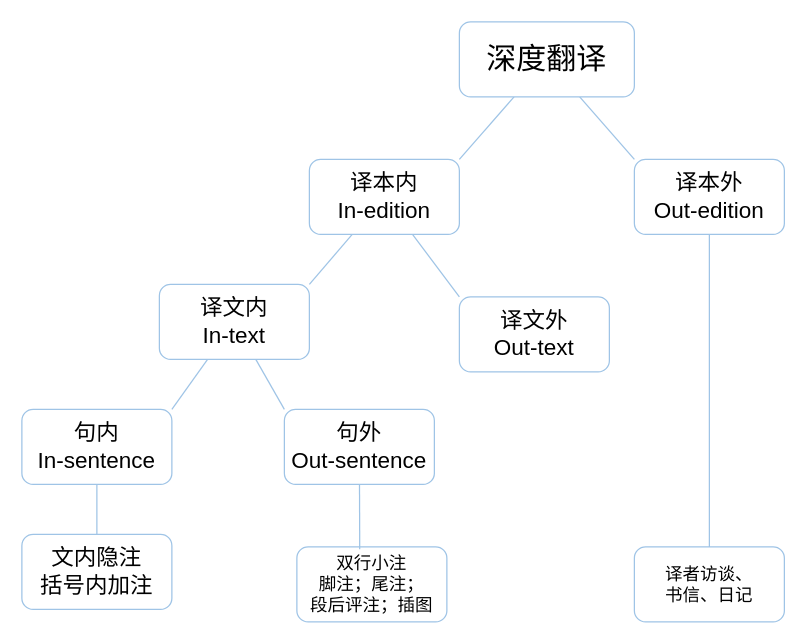
Ajiandcircle/test keeps this draw.io diagram as guangzi.drawio. Above is the earlier version. Source tidied: cells renumbered, new cells numbered last; positions are measured from the earlier drawing's top-left corner, leaving out a move shared by most shapes. Both pictures are drawn from the tidied source at 125%, with x=0, y=0 at pixel (21, 21).
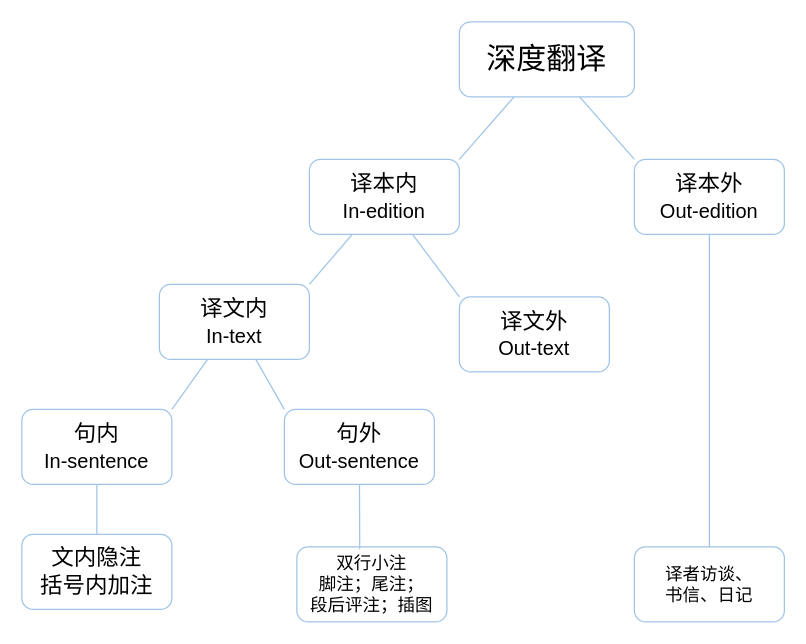
Above is the later version.

Change to the diagram source:
```diff
@@
-    <mxCell id="8" value="&lt;font style=&quot;font-size: 18px;&quot;&gt;译本内&lt;/font&gt;&lt;div style=&quot;font-size: 18px;&quot;&gt;&lt;font style=&quot;font-size: 18px;&quot;&gt;In-edition&lt;/font&gt;&lt;/div&gt;" style="rounded=1;whiteSpace=wrap;html=1;strokeColor=#9FC4E6;" parent="1" vertex="1">
+    <mxCell id="8" value="&lt;font style=&quot;font-size: 18px;&quot;&gt;译本内&lt;/font&gt;&lt;div style=&quot;&quot;&gt;&lt;font style=&quot;font-size: 16px;&quot;&gt;In-edition&lt;/font&gt;&lt;/div&gt;" style="rounded=1;whiteSpace=wrap;html=1;strokeColor=#9FC4E6;" parent="1" vertex="1">
       <mxGeometry x="230" y="110" width="120" height="60" as="geometry" />
     </mxCell>
@@
-    <mxCell id="10" value="&lt;font style=&quot;font-size: 18px;&quot;&gt;译本外&lt;/font&gt;&lt;div style=&quot;font-size: 18px;&quot;&gt;&lt;font style=&quot;font-size: 18px;&quot;&gt;Out-edition&lt;/font&gt;&lt;/div&gt;" style="rounded=1;whiteSpace=wrap;html=1;strokeColor=#9FC4E6;" parent="1" vertex="1">
+    <mxCell id="10" value="&lt;font style=&quot;font-size: 18px;&quot;&gt;译本外&lt;/font&gt;&lt;div style=&quot;&quot;&gt;&lt;font style=&quot;font-size: 16px;&quot;&gt;Out-edition&lt;/font&gt;&lt;/div&gt;" style="rounded=1;whiteSpace=wrap;html=1;strokeColor=#9FC4E6;" parent="1" vertex="1">
       <mxGeometry x="490" y="110" width="120" height="60" as="geometry" />
     </mxCell>
@@
-    <mxCell id="12" value="&lt;font style=&quot;font-size: 18px;&quot;&gt;句内&lt;/font&gt;&lt;div style=&quot;font-size: 18px;&quot;&gt;&lt;font style=&quot;font-size: 18px;&quot;&gt;In-sentence&lt;/font&gt;&lt;/div&gt;" style="rounded=1;whiteSpace=wrap;html=1;strokeColor=#9FC4E6;" parent="1" vertex="1">
+    <mxCell id="12" value="&lt;font style=&quot;font-size: 18px;&quot;&gt;句内&lt;/font&gt;&lt;div style=&quot;&quot;&gt;&lt;font style=&quot;font-size: 16px;&quot;&gt;In-sentence&lt;/font&gt;&lt;/div&gt;" style="rounded=1;whiteSpace=wrap;html=1;strokeColor=#9FC4E6;" parent="1" vertex="1">
       <mxGeometry y="310" width="120" height="60" as="geometry" />
     </mxCell>
-    <mxCell id="13" value="&lt;font style=&quot;font-size: 18px;&quot;&gt;句外&lt;/font&gt;&lt;div style=&quot;font-size: 18px;&quot;&gt;&lt;font style=&quot;font-size: 18px;&quot;&gt;Out-sentence&lt;/font&gt;&lt;/div&gt;" style="rounded=1;whiteSpace=wrap;html=1;strokeColor=#9FC4E6;" parent="1" vertex="1">
+    <mxCell id="13" value="&lt;font style=&quot;font-size: 18px;&quot;&gt;句外&lt;/font&gt;&lt;div style=&quot;&quot;&gt;&lt;font style=&quot;font-size: 16px;&quot;&gt;Out-sentence&lt;/font&gt;&lt;/div&gt;" style="rounded=1;whiteSpace=wrap;html=1;strokeColor=#9FC4E6;" parent="1" vertex="1">
       <mxGeometry x="210" y="310" width="120" height="60" as="geometry" />
     </mxCell>
@@
-    <mxCell id="19" value="&lt;font style=&quot;font-size: 18px;&quot;&gt;译文内&lt;/font&gt;&lt;div style=&quot;font-size: 18px;&quot;&gt;&lt;font style=&quot;font-size: 18px;&quot;&gt;In-text&lt;/font&gt;&lt;/div&gt;" style="rounded=1;whiteSpace=wrap;html=1;strokeColor=#9FC4E6;" parent="1" vertex="1">
+    <mxCell id="19" value="&lt;font style=&quot;font-size: 18px;&quot;&gt;译文内&lt;/font&gt;&lt;div style=&quot;&quot;&gt;&lt;font style=&quot;font-size: 16px;&quot;&gt;In-text&lt;/font&gt;&lt;/div&gt;" style="rounded=1;whiteSpace=wrap;html=1;strokeColor=#9FC4E6;" parent="1" vertex="1">
       <mxGeometry x="110" y="210" width="120" height="60" as="geometry" />
     </mxCell>
@@
-    <mxCell id="21" value="&lt;font style=&quot;font-size: 18px;&quot;&gt;译文外&lt;/font&gt;&lt;div style=&quot;font-size: 18px;&quot;&gt;&lt;font style=&quot;font-size: 18px;&quot;&gt;Out-text&lt;/font&gt;&lt;/div&gt;" style="rounded=1;whiteSpace=wrap;html=1;strokeColor=#9FC4E6;" parent="1" vertex="1">
+    <mxCell id="21" value="&lt;font style=&quot;font-size: 18px;&quot;&gt;译文外&lt;/font&gt;&lt;div style=&quot;&quot;&gt;&lt;font style=&quot;font-size: 16px;&quot;&gt;Out-text&lt;/font&gt;&lt;/div&gt;" style="rounded=1;whiteSpace=wrap;html=1;strokeColor=#9FC4E6;" parent="1" vertex="1">
       <mxGeometry x="350" y="220" width="120" height="60" as="geometry" />
     </mxCell>
```
